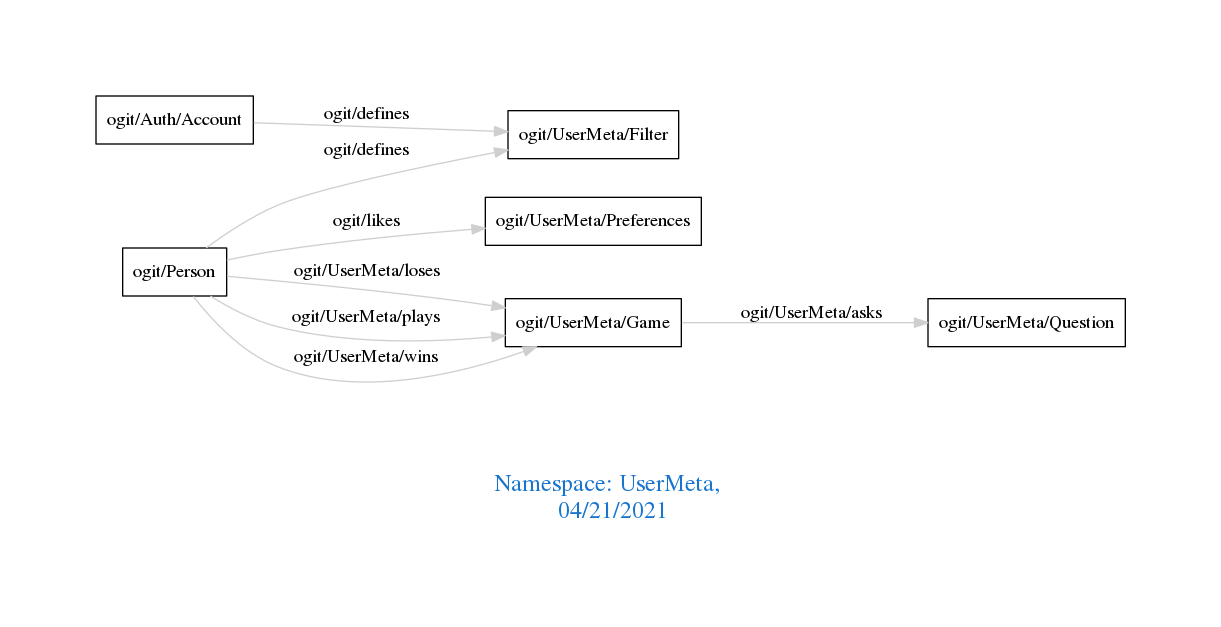
arago/OGIT keeps this Graphviz diagram as downloads/UserMeta.png. Above is the earlier version. Its source is kept beside it as downloads/UserMeta.dot.
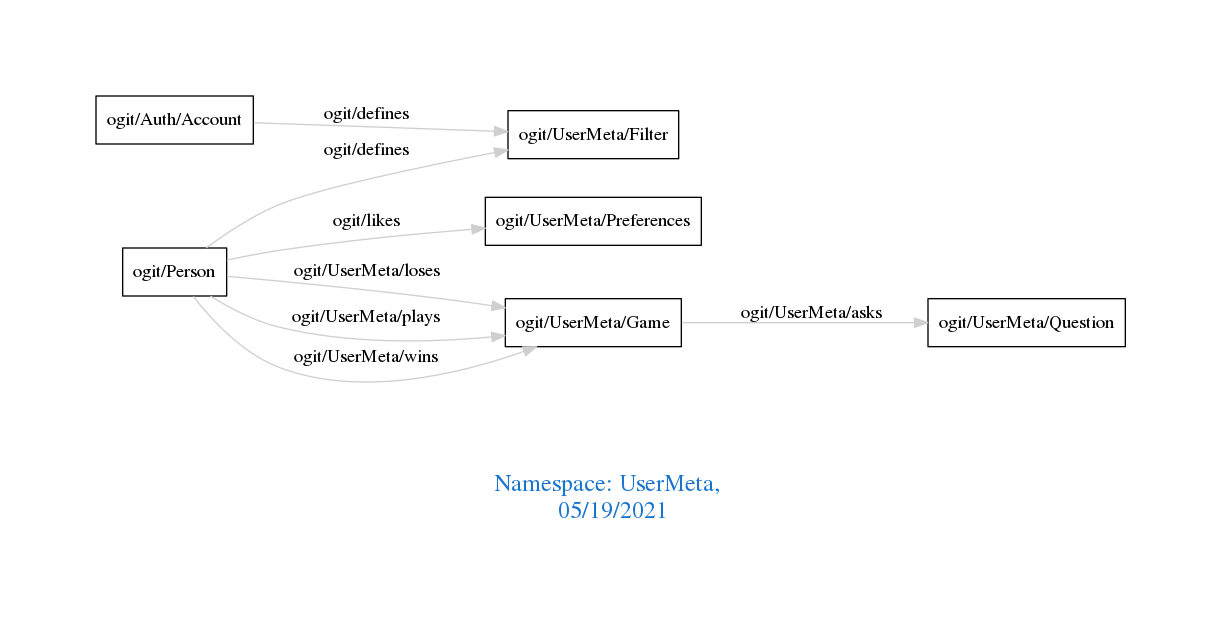
After the change.

Change to the diagram source:
```diff
@@ -1,7 +1,7 @@
 digraph OGIT_ontology {
  graph [ rankdir= LR,pad=1
 fontsize = 18,
-fontcolor= dodgerblue3,label = "\n\n\nNamespace: UserMeta, \n 04/21/2021"];
+fontcolor= dodgerblue3,label = "\n\n\nNamespace: UserMeta, \n 05/19/2021"];
 node[shape=polygon];
 edge [  color="gray81"];
 
```
